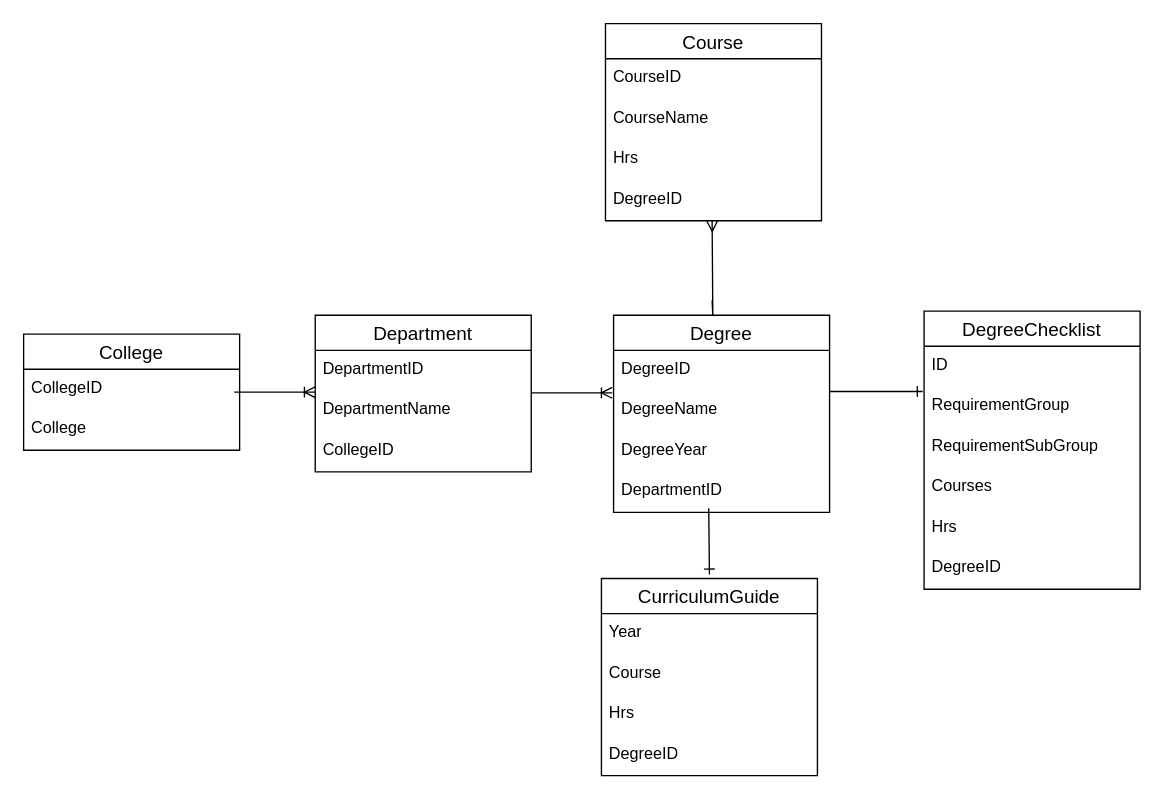
hmuthiah1/images keeps this draw.io diagram as ERD2.drawio. Above is the earlier version. Source tidied: cells renumbered, new cells numbered last; positions are measured from the earlier drawing's top-left corner, leaving out a move shared by most shapes. Both pictures are drawn from the tidied source at 135%, with x=0, y=0 at pixel (23, 23).
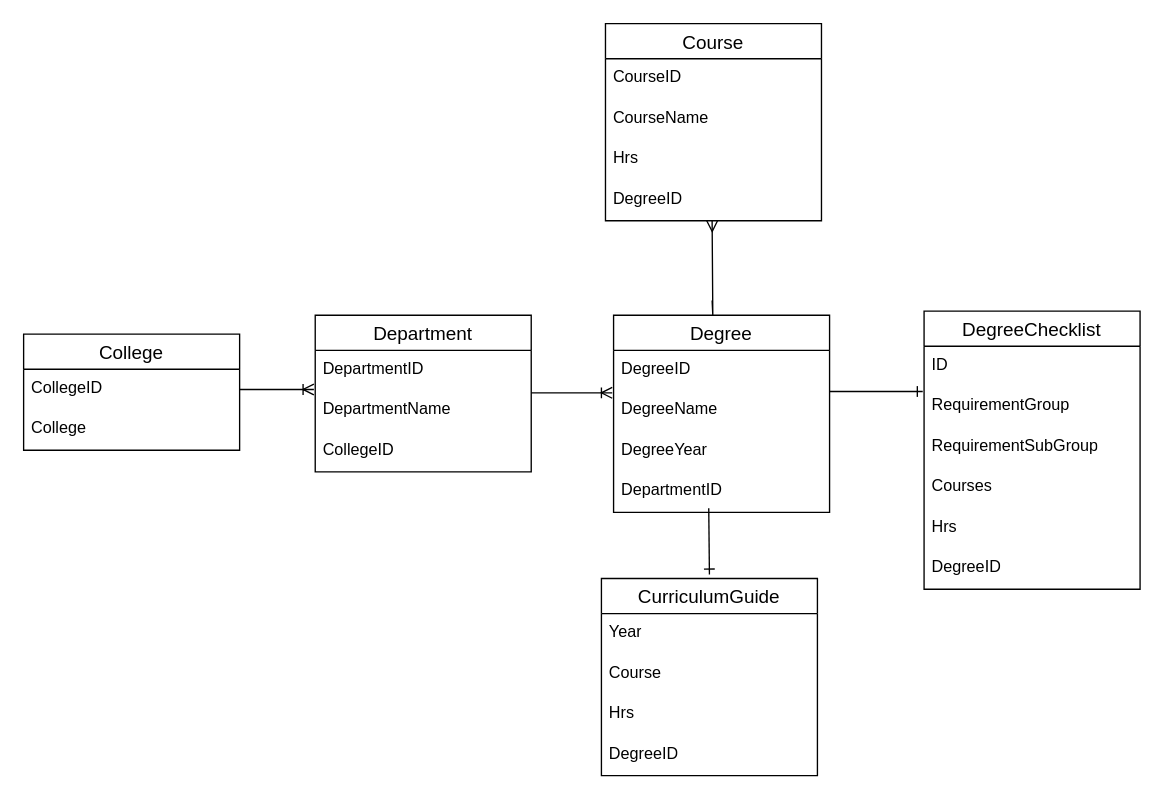
The same diagram, later.

Diff of the diagram source:
```diff
@@
-    <mxCell id="2" style="edgeStyle=entityRelationEdgeStyle;fontSize=12;html=1;endArrow=ERoneToMany;rounded=0;exitX=1;exitY=0.5;exitDx=0;exitDy=0;entryX=0;entryY=0.5;entryDx=0;entryDy=0;" parent="1" edge="1">
+    <mxCell id="2" style="fontSize=12;html=1;endArrow=ERoneToMany;rounded=0;exitX=1;exitY=0.5;exitDx=0;exitDy=0;entryX=0.019;entryY=0.967;entryDx=0;entryDy=0;entryPerimeter=0;" parent="1" edge="1">
       <mxGeometry relative="1" as="geometry">
-        <mxPoint x="156" y="273" as="sourcePoint" />
-        <mxPoint x="216" y="273" as="targetPoint" />
+        <mxPoint x="160" y="271" as="sourcePoint" />
+        <mxPoint x="215" y="271" as="targetPoint" />
+        <Array as="points">
+          <mxPoint x="160" y="271" />
+        </Array>
       </mxGeometry>
     </mxCell>
```
